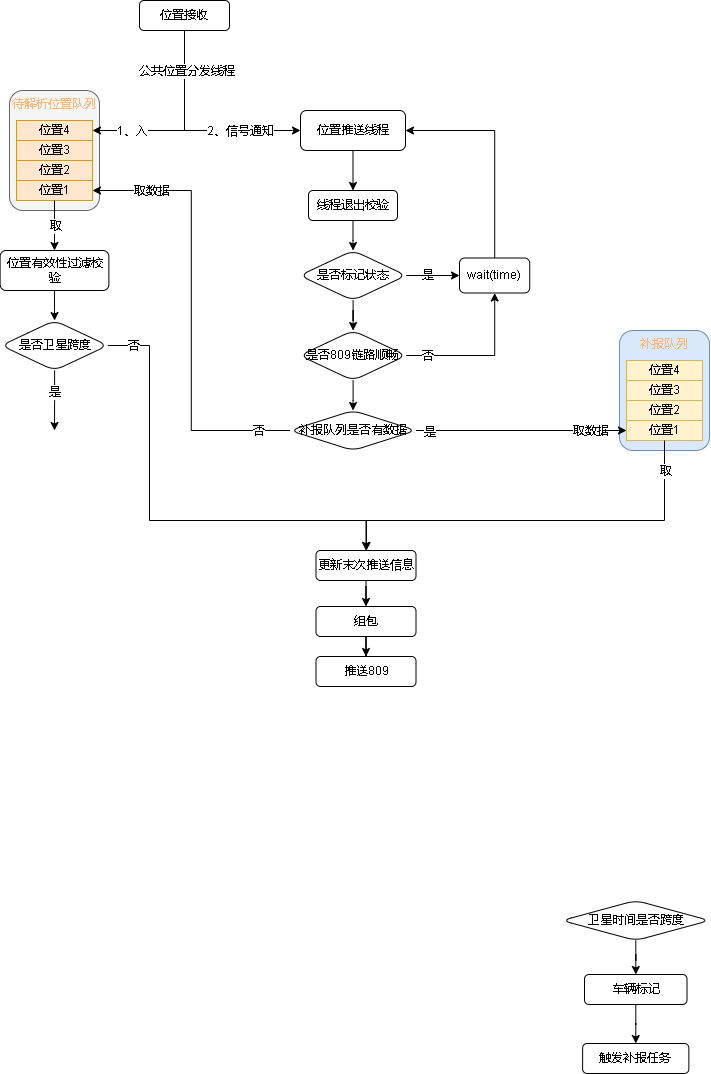
Above: 809数据跨度.drawio.png in xktder/draw (draw.io), before the change. Source tidied: cells renumbered, new cells last; positions are measured from the earlier drawing's top-left corner, leaving out a move shared by most shapes.
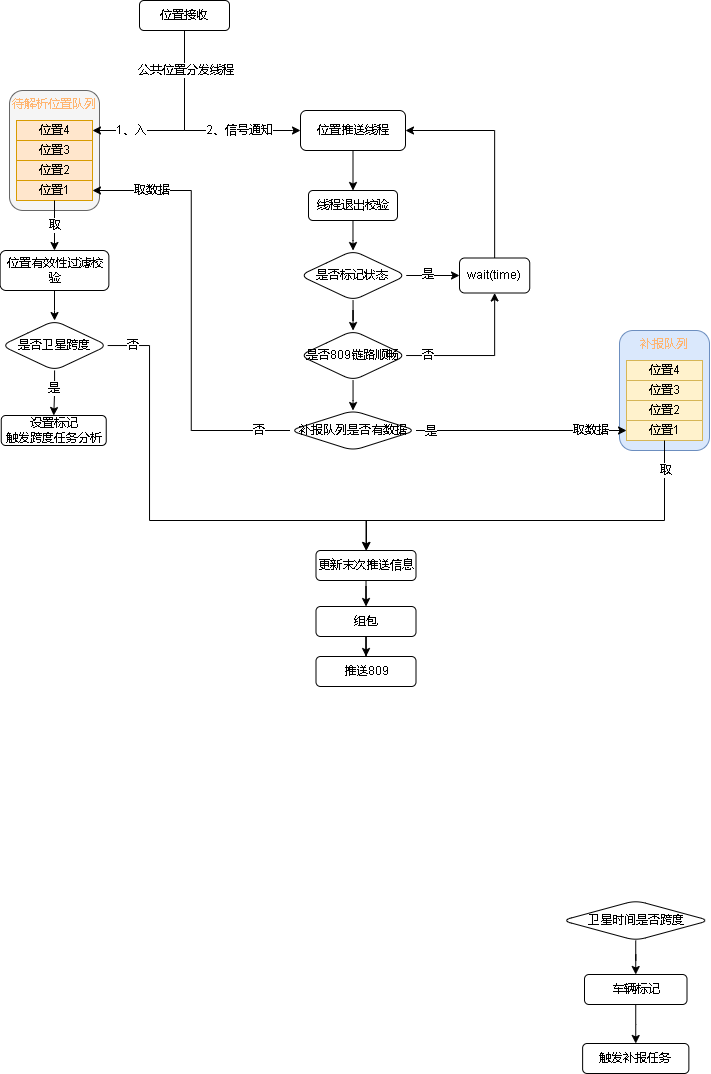
The same file after the commit.

Commit message:
更新809数据跨度.drawio.png

What changed in the source:
```diff
@@ -187,10 +187,8 @@
     <mxCell id="52" value="推送809" style="rounded=1;whiteSpace=wrap;html=1;fontColor=#000000;" parent="1" vertex="1">
       <mxGeometry x="315.5" y="656" width="100" height="30" as="geometry" />
     </mxCell>
-    <mxCell id="53" style="edgeStyle=orthogonalEdgeStyle;rounded=0;jettySize=auto;html=1;fontColor=#000000;" parent="1" edge="1" source="57">
-      <mxGeometry relative="1" as="geometry">
-        <mxPoint x="54" y="430" as="targetPoint" />
-      </mxGeometry>
+    <mxCell id="53" style="edgeStyle=orthogonalEdgeStyle;rounded=0;jettySize=auto;html=1;fontColor=#000000;entryX=0.5;entryY=0;entryDx=0;entryDy=0;" parent="1" edge="1" source="57" target="62">
+      <mxGeometry relative="1" as="geometry" />
     </mxCell>
     <mxCell id="54" value="是" style="edgeLabel;html=1;align=center;verticalAlign=middle;fontColor=#000000;" parent="53" vertex="1">
       <mxGeometry x="-0.26" y="-1" relative="1" as="geometry" />
@@ -224,5 +222,8 @@
     <mxCell id="61" value="组包" style="rounded=1;whiteSpace=wrap;html=1;fontColor=#000000;" parent="1" vertex="1">
       <mxGeometry x="315.5" y="606" width="100" height="30" as="geometry" />
     </mxCell>
+    <mxCell id="62" value="设置标记&lt;br&gt;触发跨度任务分析" style="rounded=1;whiteSpace=wrap;html=1;fontColor=#000000;" parent="1" vertex="1">
+      <mxGeometry x="0.8" y="415" width="105" height="30" as="geometry" />
+    </mxCell>
   </root>
 </mxGraphModel>
```
